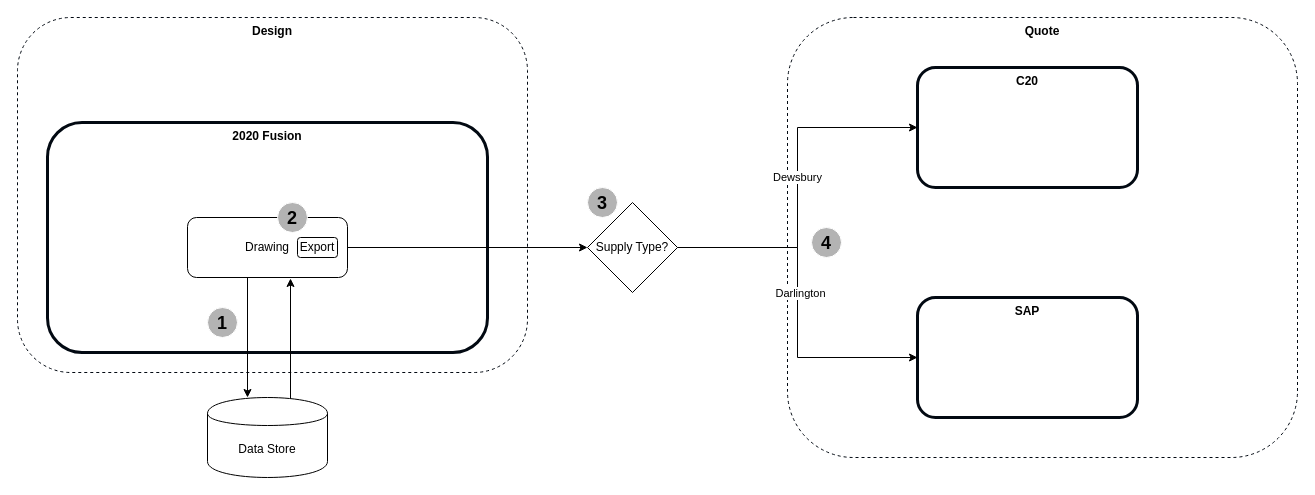
The draw.io diagram page "Push" (1 of 2) of Mendel Simple.drawio in mrf742002/Diagrams, before the edit. Source tidied: cells renumbered, new cells numbered last; positions are measured from the earlier drawing's top-left corner, leaving out a move shared by most shapes. Both pictures are drawn from the tidied source at 100%, with x=0, y=0 at pixel (17, 17).
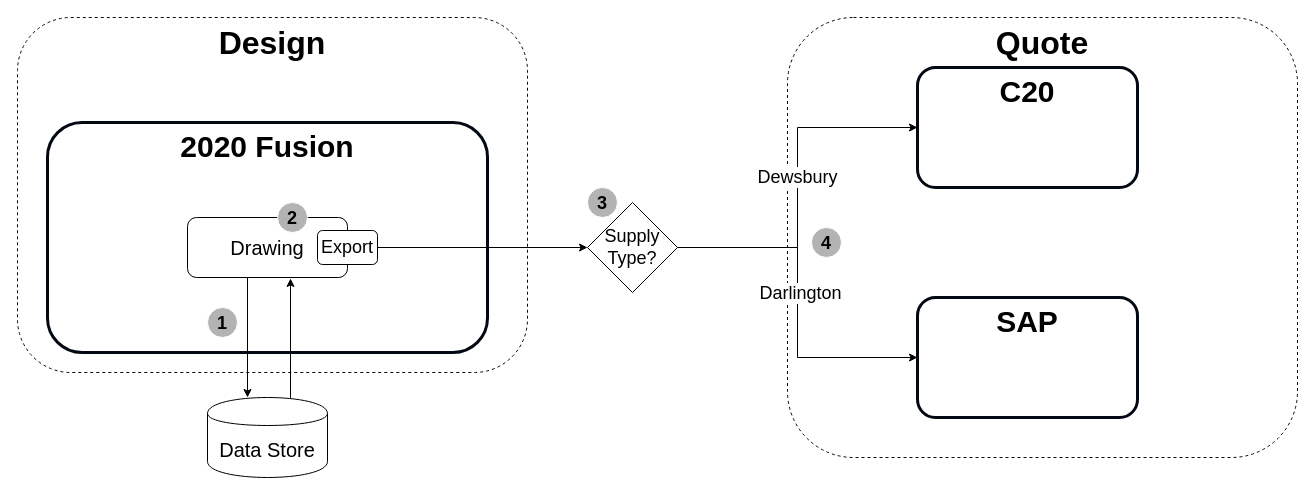
Above is the later version.

The change refers to these unchanged cells:
```xml
<mxCell id="13" style="edgeStyle=orthogonalEdgeStyle;rounded=0;jettySize=auto;html=1;exitX=1;exitY=0.5;exitDx=0;exitDy=0;entryX=0;entryY=0.5;entryDx=0;entryDy=0;" parent="1" edge="1" source="15" target="10">
  <mxGeometry relative="1" as="geometry" />
</mxCell>
```

The edit, as a diff of the source:
```diff
@@
-    <mxCell id="2" value="&lt;b&gt;Design&lt;/b&gt;" style="rounded=1;whiteSpace=wrap;html=1;verticalAlign=top;strokeWidth=1;strokeColor=#020912;dashed=1;" parent="1" vertex="1">
+    <mxCell id="2" value="&lt;b style=&quot;font-size: 32px;&quot;&gt;Design&lt;/b&gt;" style="rounded=1;whiteSpace=wrap;html=1;verticalAlign=top;strokeWidth=1;strokeColor=#020912;dashed=1;fontSize=32;" parent="1" vertex="1">
       <mxGeometry width="510" height="355" as="geometry" />
     </mxCell>
-    <mxCell id="3" value="&lt;b&gt;2020 Fusion&lt;/b&gt;" style="rounded=1;whiteSpace=wrap;html=1;verticalAlign=top;strokeWidth=3;strokeColor=#020912;" parent="1" vertex="1">
+    <mxCell id="3" value="&lt;b&gt;&lt;font style=&quot;font-size: 30px&quot;&gt;2020 Fusion&lt;/font&gt;&lt;/b&gt;" style="rounded=1;whiteSpace=wrap;html=1;verticalAlign=top;strokeWidth=3;strokeColor=#020912;" parent="1" vertex="1">
       <mxGeometry x="30" y="105" width="440" height="230" as="geometry" />
     </mxCell>
-    <mxCell id="4" style="edgeStyle=orthogonalEdgeStyle;rounded=0;jettySize=auto;html=1;exitX=1;exitY=0.5;exitDx=0;exitDy=0;entryX=0;entryY=0.5;entryDx=0;entryDy=0;" parent="1" edge="1" source="5" target="15">
+    <mxCell id="4" style="edgeStyle=orthogonalEdgeStyle;rounded=0;jettySize=auto;html=1;exitX=1;exitY=0.5;exitDx=0;exitDy=0;entryX=0;entryY=0.5;entryDx=0;entryDy=0;" parent="1" edge="1" source="6" target="15">
       <mxGeometry relative="1" as="geometry" />
     </mxCell>
-    <mxCell id="5" value="Drawing" style="rounded=1;whiteSpace=wrap;html=1;" parent="1" vertex="1">
+    <mxCell id="5" value="Drawing" style="rounded=1;whiteSpace=wrap;html=1;fontSize=20;" parent="1" vertex="1">
       <mxGeometry x="170" y="200" width="160" height="60" as="geometry" />
     </mxCell>
-    <mxCell id="6" value="Export" style="rounded=1;whiteSpace=wrap;html=1;" parent="1" vertex="1">
-      <mxGeometry x="280" y="220" width="40" height="20" as="geometry" />
-    </mxCell>
-    <mxCell id="7" value="&lt;b&gt;Quote&lt;/b&gt;" style="rounded=1;whiteSpace=wrap;html=1;verticalAlign=top;strokeWidth=1;strokeColor=#020912;dashed=1;" parent="1" vertex="1">
+    <mxCell id="7" value="&lt;b style=&quot;font-size: 32px;&quot;&gt;Quote&lt;/b&gt;" style="rounded=1;whiteSpace=wrap;html=1;verticalAlign=top;strokeWidth=1;strokeColor=#020912;dashed=1;fontSize=32;" parent="1" vertex="1">
       <mxGeometry x="770" width="510" height="440" as="geometry" />
     </mxCell>
-    <mxCell id="8" value="&lt;b&gt;C20&lt;/b&gt;" style="rounded=1;whiteSpace=wrap;html=1;verticalAlign=top;strokeWidth=3;strokeColor=#020912;" parent="1" vertex="1">
+    <mxCell id="8" value="&lt;b style=&quot;font-size: 30px;&quot;&gt;C20&lt;/b&gt;" style="rounded=1;whiteSpace=wrap;html=1;verticalAlign=top;strokeWidth=3;strokeColor=#020912;fontSize=30;" parent="1" vertex="1">
       <mxGeometry x="900" y="50" width="220" height="120" as="geometry" />
     </mxCell>
-    <mxCell id="9" value="Data Store" style="shape=cylinder;whiteSpace=wrap;html=1;boundedLbl=1;backgroundOutline=1;" parent="1" vertex="1">
+    <mxCell id="9" value="Data Store" style="shape=cylinder;whiteSpace=wrap;html=1;boundedLbl=1;backgroundOutline=1;fontSize=20;" parent="1" vertex="1">
       <mxGeometry x="190" y="380" width="120" height="80" as="geometry" />
     </mxCell>
-    <mxCell id="10" value="&lt;b&gt;SAP&lt;/b&gt;" style="rounded=1;whiteSpace=wrap;html=1;verticalAlign=top;strokeWidth=3;strokeColor=#020912;" parent="1" vertex="1">
+    <mxCell id="10" value="&lt;b style=&quot;font-size: 30px;&quot;&gt;SAP&lt;/b&gt;" style="rounded=1;whiteSpace=wrap;html=1;verticalAlign=top;strokeWidth=3;strokeColor=#020912;fontSize=30;" parent="1" vertex="1">
       <mxGeometry x="900" y="280" width="220" height="120" as="geometry" />
     </mxCell>
-    <mxCell id="11" style="edgeStyle=orthogonalEdgeStyle;rounded=0;jettySize=auto;html=1;exitX=1;exitY=0.5;exitDx=0;exitDy=0;entryX=0;entryY=0.5;entryDx=0;entryDy=0;" parent="1" edge="1" source="15" target="8">
+    <mxCell id="11" style="edgeStyle=orthogonalEdgeStyle;rounded=0;jettySize=auto;html=1;exitX=1;exitY=0.5;exitDx=0;exitDy=0;entryX=0;entryY=0.5;entryDx=0;entryDy=0;fontSize=18;" parent="1" edge="1" source="15" target="8">
       <mxGeometry relative="1" as="geometry" />
     </mxCell>
-    <mxCell id="12" value="Dewsbury" style="edgeLabel;html=1;align=center;verticalAlign=middle;" parent="11" vertex="1">
+    <mxCell id="12" value="&lt;font style=&quot;font-size: 18px&quot;&gt;Dewsbury&lt;/font&gt;" style="edgeLabel;html=1;align=center;verticalAlign=middle;" parent="11" vertex="1">
       <mxGeometry x="0.06" y="1" relative="1" as="geometry" />
     </mxCell>
@@
-    <mxCell id="14" value="Darlington" style="edgeLabel;html=1;align=center;verticalAlign=middle;" parent="13" vertex="1">
+    <mxCell id="14" value="&lt;font style=&quot;font-size: 18px&quot;&gt;Darlington&lt;/font&gt;" style="edgeLabel;html=1;align=center;verticalAlign=middle;" parent="13" vertex="1">
       <mxGeometry x="-0.31" y="-44" relative="1" as="geometry">
         <mxPoint x="46" y="44" as="offset" />
       </mxGeometry>
     </mxCell>
-    <mxCell id="15" value="Supply Type?" style="rhombus;whiteSpace=wrap;html=1;" parent="1" vertex="1">
+    <mxCell id="15" value="Supply Type?" style="rhombus;whiteSpace=wrap;html=1;fontSize=18;" parent="1" vertex="1">
       <mxGeometry x="570" y="185" width="90" height="90" as="geometry" />
     </mxCell>
@@
+    <mxCell id="6" value="Export" style="rounded=1;whiteSpace=wrap;html=1;fontSize=18;" parent="1" vertex="1">
+      <mxGeometry x="300" y="213" width="60" height="34" as="geometry" />
+    </mxCell>
```
